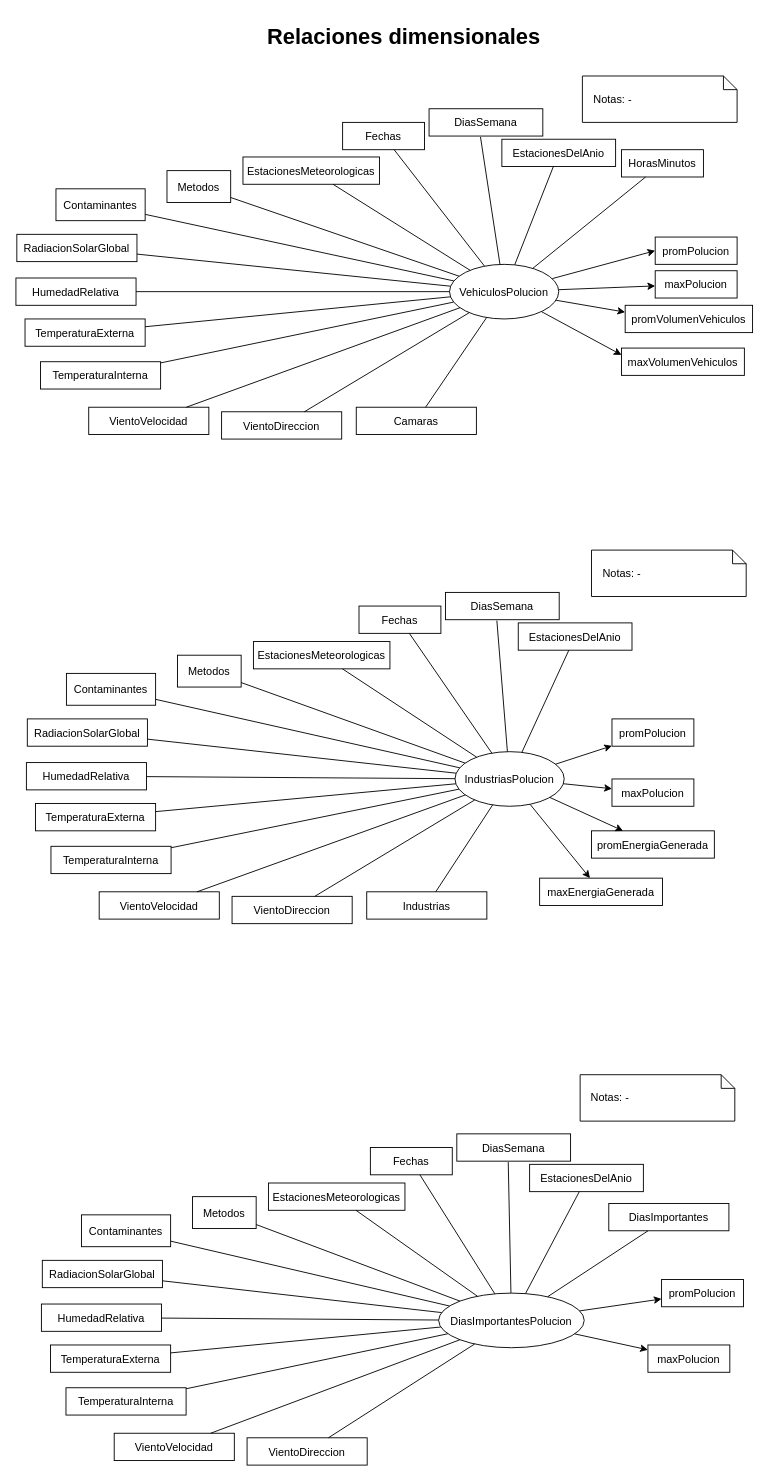
This is 2. Diseño conceptual/Relaciones dimensionales.drawio.xml from gonzalomelov/dw-calidad-aire-docs, a draw.io file, before an edit. Source tidied: cells renumbered, new cells numbered last; positions are measured from the earlier drawing's top-left corner, leaving out a move shared by most shapes. Both pictures are drawn from the tidied source at 91%, with x=0, y=0 at pixel (15, 15).
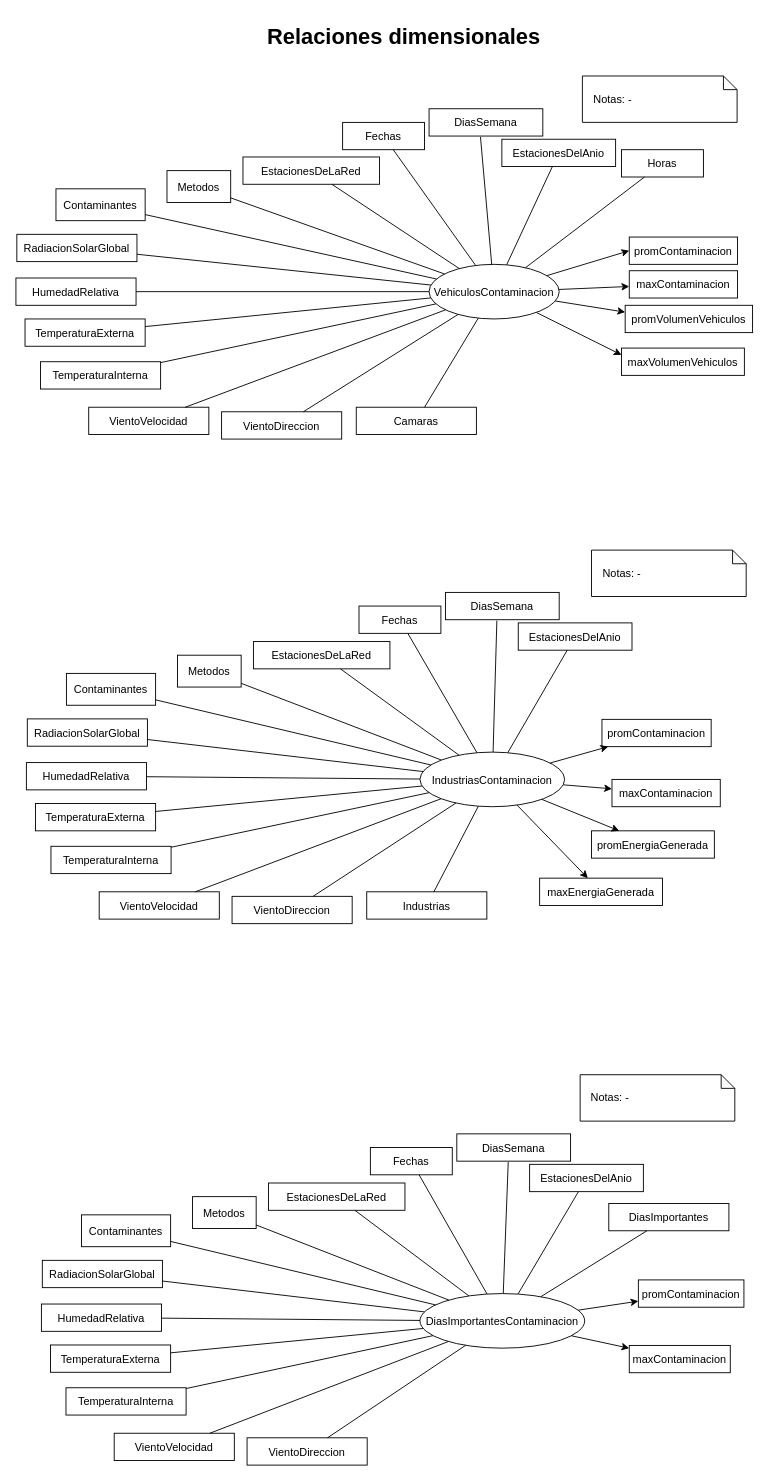
After the change.

Diff of the diagram source:
```diff
@@
-    <mxCell id="3" value="maxPolucion" parent="1" vertex="1">
-      <mxGeometry x="702.5" y="280" width="90" height="30" as="geometry" />
+    <mxCell id="3" value="maxContaminacion" parent="1" vertex="1">
+      <mxGeometry x="674" y="280" width="119" height="30" as="geometry" />
     </mxCell>
@@
-    <mxCell id="6" value="EstacionesMeteorologicas" parent="1" vertex="1">
+    <mxCell id="6" value="EstacionesDeLaRed" parent="1" vertex="1">
       <mxGeometry x="261" y="687.5" width="150" height="30" as="geometry" />
     </mxCell>
@@
-    <mxCell id="8" value="promPolucion" parent="1" vertex="1">
-      <mxGeometry x="655" y="772.5" width="90" height="30" as="geometry" />
+    <mxCell id="8" value="promContaminacion" parent="1" vertex="1">
+      <mxGeometry x="644" y="773" width="120" height="30" as="geometry" />
     </mxCell>
-    <mxCell id="9" value="IndustriasPolucion" style="ellipse;" parent="1" vertex="1">
-      <mxGeometry x="482.5" y="808.5" width="120" height="60" as="geometry" />
+    <mxCell id="9" value="IndustriasContaminacion" style="ellipse;" parent="1" vertex="1">
+      <mxGeometry x="444" y="809" width="159" height="60" as="geometry" />
     </mxCell>
@@
-    <mxCell id="17" value="HorasMinutos" parent="1" vertex="1">
+    <mxCell id="17" value="Horas" parent="1" vertex="1">
       <mxGeometry x="665.5" y="147" width="90" height="30" as="geometry" />
     </mxCell>
@@
-    <mxCell id="22" value="promPolucion" parent="1" vertex="1">
-      <mxGeometry x="702.5" y="243" width="90" height="30" as="geometry" />
+    <mxCell id="22" value="promContaminacion" parent="1" vertex="1">
+      <mxGeometry x="674" y="243" width="119" height="30" as="geometry" />
     </mxCell>
@@
-    <mxCell id="37" value="EstacionesMeteorologicas" parent="1" vertex="1">
+    <mxCell id="37" value="EstacionesDeLaRed" parent="1" vertex="1">
       <mxGeometry x="249.5" y="155" width="150" height="30" as="geometry" />
     </mxCell>
@@
-    <mxCell id="40" value="VehiculosPolucion" style="ellipse;" parent="1" vertex="1">
-      <mxGeometry x="476.5" y="273" width="120" height="60" as="geometry" />
+    <mxCell id="40" value="VehiculosContaminacion" style="ellipse;" parent="1" vertex="1">
+      <mxGeometry x="454" y="273" width="143" height="60" as="geometry" />
     </mxCell>
@@
-    <mxCell id="61" value="EstacionesMeteorologicas" parent="1" vertex="1">
+    <mxCell id="61" value="EstacionesDeLaRed" parent="1" vertex="1">
       <mxGeometry x="277.5" y="1282.5" width="150" height="30" as="geometry" />
     </mxCell>
@@
-    <mxCell id="63" value="promPolucion" parent="1" vertex="1">
-      <mxGeometry x="709.5" y="1388.5" width="90" height="30" as="geometry" />
+    <mxCell id="63" value="promContaminacion" parent="1" vertex="1">
+      <mxGeometry x="684" y="1389" width="116" height="30" as="geometry" />
     </mxCell>
-    <mxCell id="64" value="DiasImportantesPolucion" style="ellipse;" parent="1" vertex="1">
-      <mxGeometry x="464.5" y="1403.5" width="160" height="60" as="geometry" />
+    <mxCell id="64" value="DiasImportantesContaminacion" style="ellipse;" parent="1" vertex="1">
+      <mxGeometry x="444" y="1404" width="181" height="60" as="geometry" />
     </mxCell>
@@
-    <mxCell id="85" value="maxPolucion" parent="1" vertex="1">
-      <mxGeometry x="655" y="838.5" width="90" height="30" as="geometry" />
+    <mxCell id="85" value="maxContaminacion" parent="1" vertex="1">
+      <mxGeometry x="655" y="839" width="119" height="30" as="geometry" />
     </mxCell>
@@
-    <mxCell id="87" value="maxPolucion" parent="1" vertex="1">
-      <mxGeometry x="694.5" y="1460.5" width="90" height="30" as="geometry" />
+    <mxCell id="87" value="maxContaminacion" parent="1" vertex="1">
+      <mxGeometry x="674" y="1461" width="111" height="30" as="geometry" />
     </mxCell>
```
